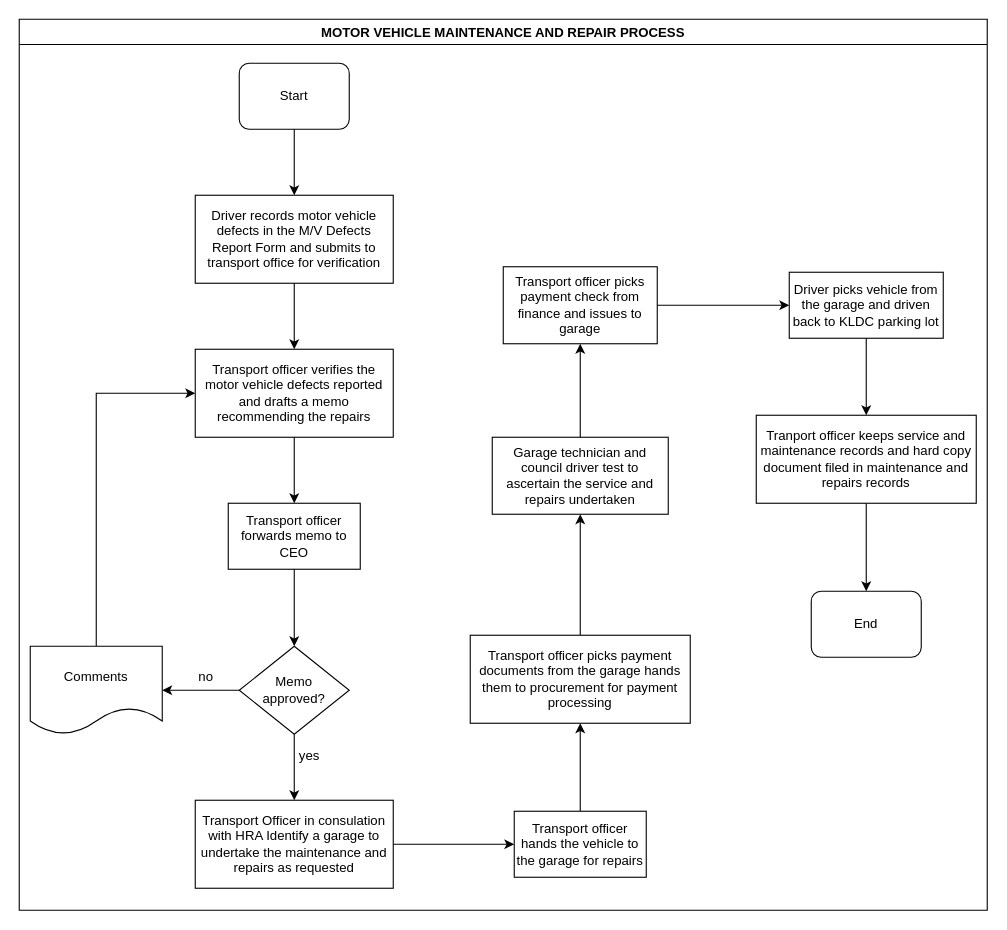
Above: LC-Transport-MOTOR VEHICLE MAINTENANCE AND REPAIR PROCESS.drawio in kmagua/flowcharts (draw.io), before the change. Source tidied: cells renumbered, new cells numbered last; positions are measured from the earlier drawing's top-left corner, leaving out a move shared by most shapes. Both pictures are drawn from the tidied source at 110%, with x=0, y=0 at pixel (19, 19).
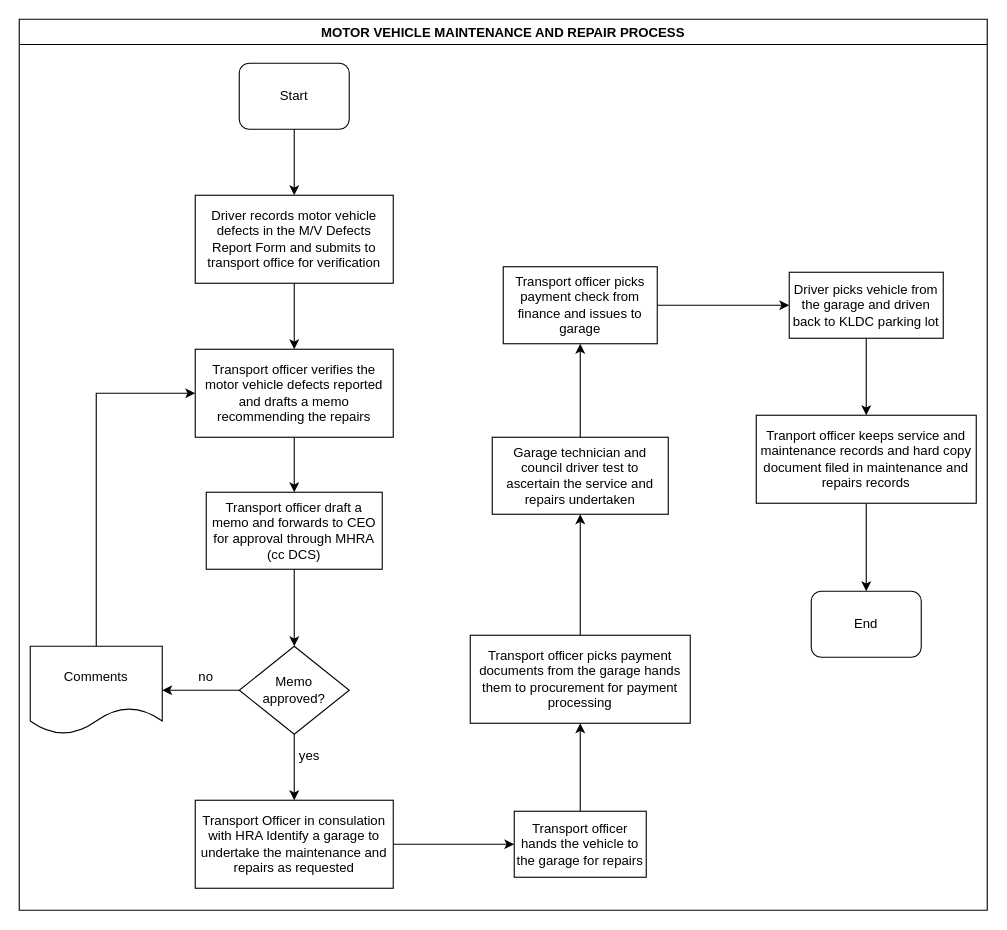
The same page after the edit.

The change refers to these unchanged cells:
```xml
<mxCell id="2" value="MOTOR VEHICLE MAINTENANCE AND REPAIR PROCESS" style="swimlane;" parent="1" vertex="1">
  <mxGeometry width="880" height="810" as="geometry" />
</mxCell>
```

Diff of the diagram source:
```diff
@@
-    <mxCell id="6" value="Transport officer forwards memo to CEO " style="whiteSpace=wrap;html=1;rounded=0;" parent="2" vertex="1">
-      <mxGeometry x="190" y="440" width="120" height="60" as="geometry" />
+    <mxCell id="6" value="Transport officer draft a memo and forwards to CEO for approval through MHRA (cc DCS)" style="whiteSpace=wrap;html=1;rounded=0;" parent="2" vertex="1">
+      <mxGeometry x="170" y="430" width="160" height="70" as="geometry" />
     </mxCell>
```
